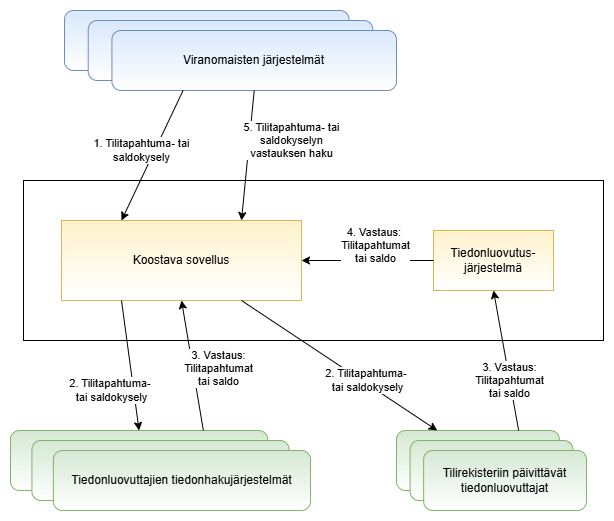
This is diagrams/tilitap_tiedonkulku_fi.png from FinnishCustoms-SuomenTulli/account-monitoring-system, a draw.io export, as it was before one commit. Source tidied: cells renumbered, new cells last; positions are measured from the earlier drawing's top-left corner, leaving out a move shared by most shapes. Its diagram source:
```xml
<mxGraphModel>
  <root>
    <mxCell id="0" />
    <mxCell id="1" parent="0" />
    <mxCell id="2" style="verticalLabelPosition=bottom;verticalAlign=top;html=1;shape=mxgraph.basic.rect;fillColor2=none;strokeWidth=1;size=20;indent=5;" parent="1" vertex="1">
      <mxGeometry x="13" y="170" width="580" height="160" as="geometry" />
    </mxCell>
    <mxCell id="3" style="group;" parent="1" vertex="1">
      <mxGeometry x="54" width="332" height="80" as="geometry" />
    </mxCell>
    <mxCell id="4" style="rounded=1;whiteSpace=wrap;html=1;fillColor=#dae8fc;strokeColor=#6c8ebf;gradientColor=light-dark(#ffffff, #ededed);" parent="3" vertex="1">
      <mxGeometry width="284.6" height="60" as="geometry" />
    </mxCell>
    <mxCell id="5" style="rounded=1;whiteSpace=wrap;html=1;fillColor=#dae8fc;strokeColor=#6c8ebf;gradientColor=light-dark(#ffffff, #ededed);" parent="3" vertex="1">
      <mxGeometry x="23.7" y="10" width="284.6" height="60" as="geometry" />
    </mxCell>
    <mxCell id="6" value="Viranomaisten järjestelmät" style="rounded=1;whiteSpace=wrap;html=1;fillColor=#dae8fc;strokeColor=#6c8ebf;gradientColor=light-dark(#ffffff, #ededed);" parent="3" vertex="1">
      <mxGeometry x="47.4" y="20" width="284.6" height="60" as="geometry" />
    </mxCell>
    <mxCell id="7" value="Koostava sovellus" style="rounded=0;whiteSpace=wrap;html=1;fillColor=#fff2cc;strokeColor=#d6b656;gradientColor=light-dark(#ffffff, #ededed);" parent="1" vertex="1">
      <mxGeometry x="51" y="210" width="240" height="80" as="geometry" />
    </mxCell>
    <mxCell id="8" value="1. Tilitapahtuma- tai&lt;div&gt;saldokysely&lt;/div&gt;" style="endArrow=classic;html=1;rounded=0;entryX=0.25;entryY=0;entryDx=0;entryDy=0;exitX=0.25;exitY=1;exitDx=0;exitDy=0;" parent="1" edge="1" source="6" target="7">
      <mxGeometry y="-12" relative="1" as="geometry" />
    </mxCell>
    <mxCell id="9" style="group;" parent="1" vertex="1">
      <mxGeometry y="420" width="300" height="80" as="geometry" />
    </mxCell>
    <mxCell id="10" style="rounded=1;whiteSpace=wrap;html=1;fillColor=#d5e8d4;strokeColor=#82b366;gradientColor=light-dark(#ffffff, #ededed);" parent="9" vertex="1">
      <mxGeometry width="257.1" height="60" as="geometry" />
    </mxCell>
    <mxCell id="11" style="rounded=1;whiteSpace=wrap;html=1;fillColor=#d5e8d4;strokeColor=#82b366;gradientColor=light-dark(#ffffff, #ededed);" parent="9" vertex="1">
      <mxGeometry x="21.4" y="10" width="257.1" height="60" as="geometry" />
    </mxCell>
    <mxCell id="12" value="Tiedonluovuttajien tiedonhakujärjestelmät" style="rounded=1;whiteSpace=wrap;html=1;fillColor=#d5e8d4;strokeColor=#82b366;gradientColor=light-dark(#ffffff, #ededed);" parent="9" vertex="1">
      <mxGeometry x="42.9" y="20" width="257.1" height="60" as="geometry" />
    </mxCell>
    <mxCell id="13" value="2. Tilitapahtuma-&amp;nbsp;&lt;div&gt;tai&amp;nbsp;&lt;span style=&quot;background-color: light-dark(#ffffff, var(--ge-dark-color, #121212)); color: light-dark(rgb(0, 0, 0), rgb(255, 255, 255));&quot;&gt;saldokysely&lt;/span&gt;&lt;/div&gt;" style="endArrow=classic;html=1;rounded=0;exitX=0.25;exitY=1;exitDx=0;exitDy=0;entryX=0.5;entryY=0;entryDx=0;entryDy=0;" parent="1" edge="1" source="7" target="10">
      <mxGeometry x="0.34" y="-22" relative="1" as="geometry" />
    </mxCell>
    <mxCell id="14" value="3. Vastaus:&lt;div&gt;Tilitapahtumat&lt;/div&gt;&lt;div&gt;tai saldo&lt;/div&gt;" style="endArrow=classic;html=1;rounded=0;exitX=0.75;exitY=0;exitDx=0;exitDy=0;entryX=0.5;entryY=1;entryDx=0;entryDy=0;" parent="1" edge="1" source="10" target="7">
      <mxGeometry x="-0.11" y="-25" relative="1" as="geometry" />
    </mxCell>
    <mxCell id="15" style="group;" parent="1" vertex="1">
      <mxGeometry x="386" y="420" width="190" height="80" as="geometry" />
    </mxCell>
    <mxCell id="16" style="rounded=1;whiteSpace=wrap;html=1;fillColor=#d5e8d4;strokeColor=#82b366;gradientColor=light-dark(#ffffff, #ededed);" parent="15" vertex="1">
      <mxGeometry width="162.9" height="60" as="geometry" />
    </mxCell>
    <mxCell id="17" style="rounded=1;whiteSpace=wrap;html=1;fillColor=#d5e8d4;strokeColor=#82b366;gradientColor=light-dark(#ffffff, #ededed);" parent="15" vertex="1">
      <mxGeometry x="13.6" y="10" width="162.9" height="60" as="geometry" />
    </mxCell>
    <mxCell id="18" value="Tilirekisteriin päivittävät tiedonluovuttajat" style="rounded=1;whiteSpace=wrap;html=1;fillColor=#d5e8d4;strokeColor=#82b366;gradientColor=light-dark(#ffffff, #ededed);" parent="15" vertex="1">
      <mxGeometry x="27.1" y="20" width="162.9" height="60" as="geometry" />
    </mxCell>
    <mxCell id="19" value="2. Tilitapahtuma-&amp;nbsp;&lt;div&gt;tai&amp;nbsp;&lt;span style=&quot;background-color: light-dark(#ffffff, var(--ge-dark-color, #121212)); color: light-dark(rgb(0, 0, 0), rgb(255, 255, 255));&quot;&gt;saldokysely&lt;/span&gt;&lt;/div&gt;" style="endArrow=classic;html=1;rounded=0;exitX=0.75;exitY=1;exitDx=0;exitDy=0;entryX=0.25;entryY=0;entryDx=0;entryDy=0;" parent="1" edge="1" source="7" target="16">
      <mxGeometry x="0.27" y="3" relative="1" as="geometry" />
    </mxCell>
    <mxCell id="20" value="Tiedonluovutus-&lt;div&gt;järjestelmä&lt;/div&gt;" style="rounded=0;whiteSpace=wrap;html=1;fillColor=#fff2cc;strokeColor=#d6b656;gradientColor=light-dark(#ffffff, #ededed);" parent="1" vertex="1">
      <mxGeometry x="423" y="220" width="120" height="60" as="geometry" />
    </mxCell>
    <mxCell id="21" value="3. Vastaus:&lt;div&gt;Tilitapahtumat&lt;/div&gt;&lt;div&gt;tai saldo&lt;/div&gt;" style="endArrow=classic;html=1;rounded=0;entryX=0.5;entryY=1;entryDx=0;entryDy=0;exitX=0.75;exitY=0;exitDx=0;exitDy=0;" parent="1" edge="1" source="16" target="20">
      <mxGeometry x="-0.29" relative="1" as="geometry" />
    </mxCell>
    <mxCell id="22" value="5. Tilitapahtuma- tai&lt;div&gt;saldokyselyn&lt;/div&gt;&lt;div&gt;vastauksen haku&lt;/div&gt;" style="endArrow=classic;html=1;rounded=0;exitX=0.5;exitY=1;exitDx=0;exitDy=0;entryX=0.75;entryY=0;entryDx=0;entryDy=0;" parent="1" edge="1" source="6" target="7">
      <mxGeometry x="-0.29" y="42" relative="1" as="geometry" />
    </mxCell>
    <mxCell id="23" value="4. Vastaus:&amp;nbsp;&lt;div&gt;Tilitapahtumat&lt;/div&gt;&lt;div&gt;tai saldo&lt;/div&gt;" style="endArrow=classic;html=1;rounded=0;exitX=0;exitY=0.5;exitDx=0;exitDy=0;entryX=1;entryY=0.5;entryDx=0;entryDy=0;" parent="1" edge="1" source="20" target="7">
      <mxGeometry x="-0.12" y="-15" relative="1" as="geometry" />
    </mxCell>
  </root>
</mxGraphModel>
```
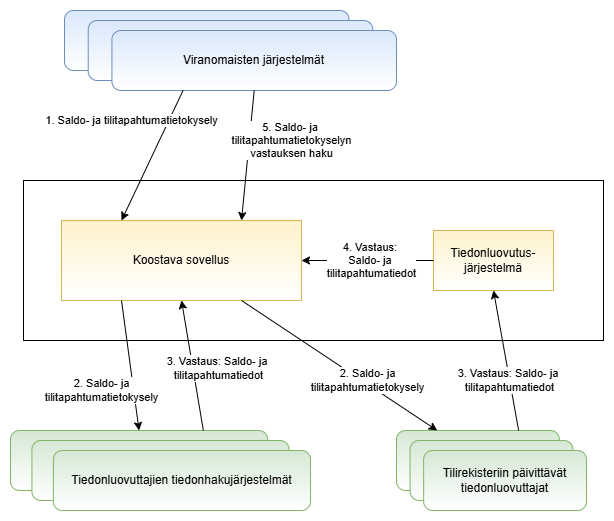
After the change.

What changed in the source:
```diff
@@ -20,8 +20,8 @@
     <mxCell id="7" value="Koostava sovellus" style="rounded=0;whiteSpace=wrap;html=1;fillColor=#fff2cc;strokeColor=#d6b656;gradientColor=light-dark(#ffffff, #ededed);" parent="1" vertex="1">
       <mxGeometry x="51" y="210" width="240" height="80" as="geometry" />
     </mxCell>
-    <mxCell id="8" value="1. Tilitapahtuma- tai&lt;div&gt;saldokysely&lt;/div&gt;" style="endArrow=classic;html=1;rounded=0;entryX=0.25;entryY=0;entryDx=0;entryDy=0;exitX=0.25;exitY=1;exitDx=0;exitDy=0;" parent="1" edge="1" source="6" target="7">
-      <mxGeometry y="-12" relative="1" as="geometry" />
+    <mxCell id="8" value="1. Saldo- ja tilitapahtumatieto&lt;span style=&quot;background-color: light-dark(#ffffff, var(--ge-dark-color, #121212)); color: light-dark(rgb(0, 0, 0), rgb(255, 255, 255));&quot;&gt;kysely&lt;/span&gt;" style="endArrow=classic;html=1;rounded=0;entryX=0.25;entryY=0;entryDx=0;entryDy=0;exitX=0.25;exitY=1;exitDx=0;exitDy=0;" parent="1" edge="1" source="6" target="7">
+      <mxGeometry x="-0.32" y="-34" relative="1" as="geometry" />
     </mxCell>
     <mxCell id="9" style="group;" parent="1" vertex="1">
       <mxGeometry y="420" width="300" height="80" as="geometry" />
@@ -35,10 +35,12 @@
     <mxCell id="12" value="Tiedonluovuttajien tiedonhakujärjestelmät" style="rounded=1;whiteSpace=wrap;html=1;fillColor=#d5e8d4;strokeColor=#82b366;gradientColor=light-dark(#ffffff, #ededed);" parent="9" vertex="1">
       <mxGeometry x="42.9" y="20" width="257.1" height="60" as="geometry" />
     </mxCell>
-    <mxCell id="13" value="2. Tilitapahtuma-&amp;nbsp;&lt;div&gt;tai&amp;nbsp;&lt;span style=&quot;background-color: light-dark(#ffffff, var(--ge-dark-color, #121212)); color: light-dark(rgb(0, 0, 0), rgb(255, 255, 255));&quot;&gt;saldokysely&lt;/span&gt;&lt;/div&gt;" style="endArrow=classic;html=1;rounded=0;exitX=0.25;exitY=1;exitDx=0;exitDy=0;entryX=0.5;entryY=0;entryDx=0;entryDy=0;" parent="1" edge="1" source="7" target="10">
-      <mxGeometry x="0.34" y="-22" relative="1" as="geometry" />
+    <mxCell id="13" value="2. Saldo- ja&lt;div&gt;tilitapahtumatietokysely&lt;/div&gt;" style="endArrow=classic;html=1;rounded=0;exitX=0.25;exitY=1;exitDx=0;exitDy=0;entryX=0.5;entryY=0;entryDx=0;entryDy=0;" parent="1" edge="1" source="7" target="10">
+      <mxGeometry x="0.32" y="-32" relative="1" as="geometry">
+        <mxPoint y="-1" as="offset" />
+      </mxGeometry>
     </mxCell>
-    <mxCell id="14" value="3. Vastaus:&lt;div&gt;Tilitapahtumat&lt;/div&gt;&lt;div&gt;tai saldo&lt;/div&gt;" style="endArrow=classic;html=1;rounded=0;exitX=0.75;exitY=0;exitDx=0;exitDy=0;entryX=0.5;entryY=1;entryDx=0;entryDy=0;" parent="1" edge="1" source="10" target="7">
+    <mxCell id="14" value="3. Vastaus:&amp;nbsp;&lt;span style=&quot;background-color: light-dark(#ffffff, var(--ge-dark-color, #121212)); color: light-dark(rgb(0, 0, 0), rgb(255, 255, 255));&quot;&gt;Saldo- ja&amp;nbsp;&lt;/span&gt;&lt;div&gt;&lt;span style=&quot;background-color: light-dark(#ffffff, var(--ge-dark-color, #121212)); color: light-dark(rgb(0, 0, 0), rgb(255, 255, 255));&quot;&gt;tilitapahtumatiedot&lt;/span&gt;&lt;/div&gt;" style="endArrow=classic;html=1;rounded=0;exitX=0.75;exitY=0;exitDx=0;exitDy=0;entryX=0.5;entryY=1;entryDx=0;entryDy=0;" parent="1" edge="1" source="10" target="7">
       <mxGeometry x="-0.11" y="-25" relative="1" as="geometry" />
     </mxCell>
     <mxCell id="15" style="group;" parent="1" vertex="1">
@@ -53,20 +55,20 @@
     <mxCell id="18" value="Tilirekisteriin päivittävät tiedonluovuttajat" style="rounded=1;whiteSpace=wrap;html=1;fillColor=#d5e8d4;strokeColor=#82b366;gradientColor=light-dark(#ffffff, #ededed);" parent="15" vertex="1">
       <mxGeometry x="27.1" y="20" width="162.9" height="60" as="geometry" />
     </mxCell>
-    <mxCell id="19" value="2. Tilitapahtuma-&amp;nbsp;&lt;div&gt;tai&amp;nbsp;&lt;span style=&quot;background-color: light-dark(#ffffff, var(--ge-dark-color, #121212)); color: light-dark(rgb(0, 0, 0), rgb(255, 255, 255));&quot;&gt;saldokysely&lt;/span&gt;&lt;/div&gt;" style="endArrow=classic;html=1;rounded=0;exitX=0.75;exitY=1;exitDx=0;exitDy=0;entryX=0.25;entryY=0;entryDx=0;entryDy=0;" parent="1" edge="1" source="7" target="16">
+    <mxCell id="19" value="2. Saldo- ja&lt;div&gt;tilitapahtumatietokysely&lt;/div&gt;" style="endArrow=classic;html=1;rounded=0;exitX=0.75;exitY=1;exitDx=0;exitDy=0;entryX=0.25;entryY=0;entryDx=0;entryDy=0;" parent="1" edge="1" source="7" target="16">
       <mxGeometry x="0.27" y="3" relative="1" as="geometry" />
     </mxCell>
     <mxCell id="20" value="Tiedonluovutus-&lt;div&gt;järjestelmä&lt;/div&gt;" style="rounded=0;whiteSpace=wrap;html=1;fillColor=#fff2cc;strokeColor=#d6b656;gradientColor=light-dark(#ffffff, #ededed);" parent="1" vertex="1">
       <mxGeometry x="423" y="220" width="120" height="60" as="geometry" />
     </mxCell>
-    <mxCell id="21" value="3. Vastaus:&lt;div&gt;Tilitapahtumat&lt;/div&gt;&lt;div&gt;tai saldo&lt;/div&gt;" style="endArrow=classic;html=1;rounded=0;entryX=0.5;entryY=1;entryDx=0;entryDy=0;exitX=0.75;exitY=0;exitDx=0;exitDy=0;" parent="1" edge="1" source="16" target="20">
+    <mxCell id="21" value="3. Vastaus:&amp;nbsp;&lt;span style=&quot;color: light-dark(rgb(0, 0, 0), rgb(255, 255, 255));&quot;&gt;Saldo- ja&amp;nbsp;&lt;/span&gt;&lt;div&gt;&lt;span style=&quot;color: light-dark(rgb(0, 0, 0), rgb(255, 255, 255));&quot;&gt;tilitapahtumatiedot&lt;/span&gt;&lt;/div&gt;" style="endArrow=classic;html=1;rounded=0;entryX=0.5;entryY=1;entryDx=0;entryDy=0;exitX=0.75;exitY=0;exitDx=0;exitDy=0;" parent="1" edge="1" source="16" target="20">
       <mxGeometry x="-0.29" relative="1" as="geometry" />
     </mxCell>
-    <mxCell id="22" value="5. Tilitapahtuma- tai&lt;div&gt;saldokyselyn&lt;/div&gt;&lt;div&gt;vastauksen haku&lt;/div&gt;" style="endArrow=classic;html=1;rounded=0;exitX=0.5;exitY=1;exitDx=0;exitDy=0;entryX=0.75;entryY=0;entryDx=0;entryDy=0;" parent="1" edge="1" source="6" target="7">
+    <mxCell id="22" value="5. Saldo- ja&amp;nbsp;&lt;div&gt;tilitapahtumatieto&lt;span style=&quot;background-color: light-dark(#ffffff, var(--ge-dark-color, #121212)); color: light-dark(rgb(0, 0, 0), rgb(255, 255, 255));&quot;&gt;kyselyn&lt;/span&gt;&lt;div&gt;vastauksen haku&lt;/div&gt;&lt;/div&gt;" style="endArrow=classic;html=1;rounded=0;exitX=0.5;exitY=1;exitDx=0;exitDy=0;entryX=0.75;entryY=0;entryDx=0;entryDy=0;" parent="1" edge="1" source="6" target="7">
       <mxGeometry x="-0.29" y="42" relative="1" as="geometry" />
     </mxCell>
-    <mxCell id="23" value="4. Vastaus:&amp;nbsp;&lt;div&gt;Tilitapahtumat&lt;/div&gt;&lt;div&gt;tai saldo&lt;/div&gt;" style="endArrow=classic;html=1;rounded=0;exitX=0;exitY=0.5;exitDx=0;exitDy=0;entryX=1;entryY=0.5;entryDx=0;entryDy=0;" parent="1" edge="1" source="20" target="7">
-      <mxGeometry x="-0.12" y="-15" relative="1" as="geometry" />
+    <mxCell id="23" value="4. Vastaus:&amp;nbsp;&lt;div&gt;&lt;span style=&quot;color: light-dark(rgb(0, 0, 0), rgb(255, 255, 255));&quot;&gt;Saldo- ja&amp;nbsp;&lt;/span&gt;&lt;div&gt;&lt;span style=&quot;color: light-dark(rgb(0, 0, 0), rgb(255, 255, 255));&quot;&gt;tilitapahtumatiedot&lt;/span&gt;&lt;/div&gt;&lt;/div&gt;" style="endArrow=classic;html=1;rounded=0;exitX=0;exitY=0.5;exitDx=0;exitDy=0;entryX=1;entryY=0.5;entryDx=0;entryDy=0;" parent="1" edge="1" source="20" target="7">
+      <mxGeometry x="-0.06" relative="1" as="geometry" />
     </mxCell>
   </root>
 </mxGraphModel>
```
